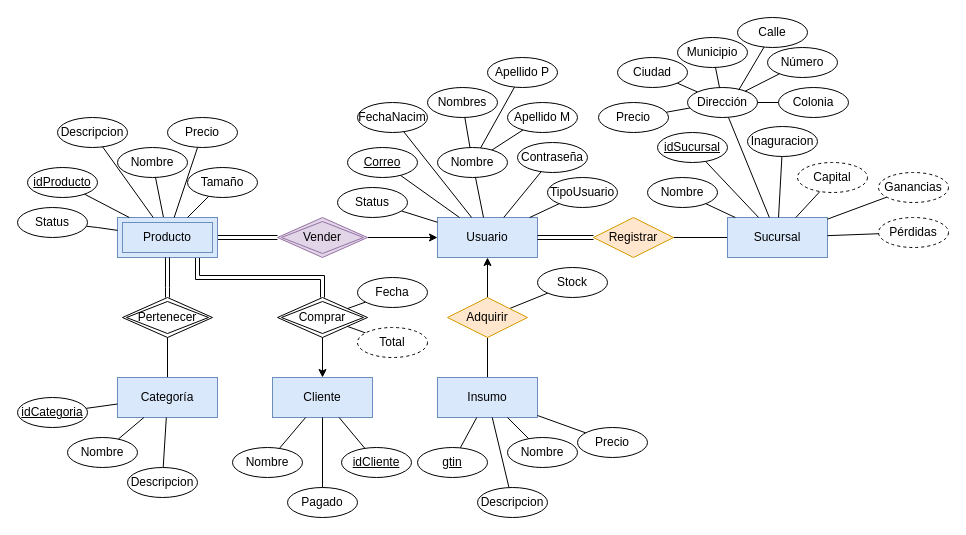
shosholanda/cafeteria-alina keeps this draw.io diagram as page "Modelo E-R v1" (1 of 2) of Diagramas.drawio. Above is the earlier version. Source tidied: cells renumbered, new cells numbered last; positions are measured from the earlier drawing's top-left corner, leaving out a move shared by most shapes. Both pictures are drawn from the tidied source at 100%, with x=0, y=0 at pixel (17, 17).
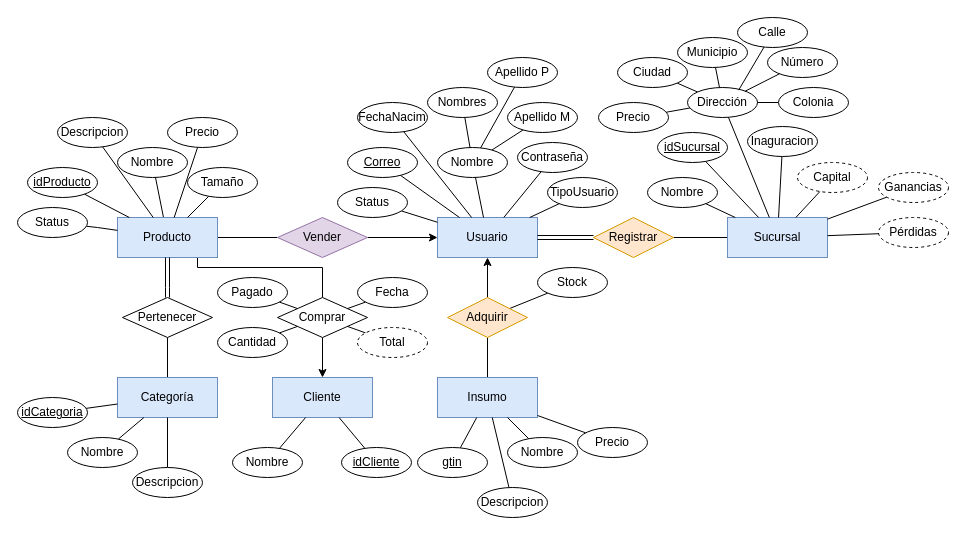
The same diagram, later.

The change refers to these unchanged cells:
```xml
<mxCell id="66" value="Cliente" style="whiteSpace=wrap;html=1;align=center;fillColor=#dae8fc;strokeColor=#6c8ebf;" parent="1" vertex="1">
  <mxGeometry x="255" y="360" width="100" height="40" as="geometry" />
</mxCell>
```

What changed in the source:
```diff
@@
-    <mxCell id="2" style="edgeStyle=orthogonalEdgeStyle;rounded=0;jettySize=auto;html=1;shape=link;" parent="1" edge="1" source="5" target="7">
+    <mxCell id="2" style="edgeStyle=orthogonalEdgeStyle;rounded=0;jettySize=auto;html=1;endArrow=none;endFill=0;" parent="1" edge="1" source="5" target="7">
       <mxGeometry relative="1" as="geometry" />
     </mxCell>
@@
-    <mxCell id="4" style="edgeStyle=orthogonalEdgeStyle;rounded=0;jettySize=auto;html=1;shape=link;" parent="1" edge="1" source="5" target="9">
+    <mxCell id="4" style="edgeStyle=orthogonalEdgeStyle;rounded=0;jettySize=auto;html=1;endArrow=none;endFill=0;" parent="1" edge="1" source="5" target="9">
       <mxGeometry relative="1" as="geometry">
         <Array as="points">
-          <mxPoint x="180" y="260" />
-          <mxPoint x="305" y="260" />
+          <mxPoint x="180" y="250" />
+          <mxPoint x="305" y="250" />
         </Array>
       </mxGeometry>
     </mxCell>
-    <mxCell id="5" value="Producto" style="shape=ext;margin=3;double=1;whiteSpace=wrap;html=1;align=center;fillColor=#dae8fc;strokeColor=#6c8ebf;" parent="1" vertex="1">
+    <mxCell id="5" value="Producto" style="whiteSpace=wrap;html=1;align=center;fillColor=#dae8fc;strokeColor=#6c8ebf;" parent="1" vertex="1">
       <mxGeometry x="100" y="200" width="100" height="40" as="geometry" />
     </mxCell>
@@
-    <mxCell id="7" value="Vender" style="shape=rhombus;double=1;perimeter=rhombusPerimeter;whiteSpace=wrap;html=1;align=center;fillColor=#e1d5e7;strokeColor=#9673a6;" parent="1" vertex="1">
+    <mxCell id="7" value="Vender" style="shape=rhombus;perimeter=rhombusPerimeter;whiteSpace=wrap;html=1;align=center;fillColor=#e1d5e7;strokeColor=#9673a6;" parent="1" vertex="1">
       <mxGeometry x="260" y="200" width="90" height="40" as="geometry" />
     </mxCell>
@@
-    <mxCell id="9" value="Comprar" style="shape=rhombus;double=1;perimeter=rhombusPerimeter;whiteSpace=wrap;html=1;align=center;" parent="1" vertex="1">
+    <mxCell id="9" value="Comprar" style="shape=rhombus;perimeter=rhombusPerimeter;whiteSpace=wrap;html=1;align=center;" parent="1" vertex="1">
       <mxGeometry x="260" y="280" width="90" height="40" as="geometry" />
     </mxCell>
@@
     <mxCell id="72" value="Descripcion" style="ellipse;whiteSpace=wrap;html=1;align=center;" parent="1" vertex="1">
-      <mxGeometry x="110" y="450" width="70" height="30" as="geometry" />
+      <mxGeometry x="115" y="450" width="70" height="30" as="geometry" />
     </mxCell>
-    <mxCell id="73" style="rounded=0;jettySize=auto;html=1;endArrow=none;endFill=0;" parent="1" edge="1" source="74" target="66">
+    <mxCell id="73" style="rounded=0;jettySize=auto;html=1;endArrow=none;endFill=0;" parent="1" edge="1" source="74" target="9">
       <mxGeometry relative="1" as="geometry" />
     </mxCell>
     <mxCell id="74" value="Pagado" style="ellipse;whiteSpace=wrap;html=1;align=center;" parent="1" vertex="1">
-      <mxGeometry x="270" y="470" width="70" height="30" as="geometry" />
+      <mxGeometry x="200" y="260" width="70" height="30" as="geometry" />
     </mxCell>
@@
-    <mxCell id="105" value="Pertenecer" style="shape=rhombus;double=1;perimeter=rhombusPerimeter;whiteSpace=wrap;html=1;align=center;" parent="1" vertex="1">
+    <mxCell id="105" value="Pertenecer" style="shape=rhombus;perimeter=rhombusPerimeter;whiteSpace=wrap;html=1;align=center;" parent="1" vertex="1">
       <mxGeometry x="105" y="280" width="90" height="40" as="geometry" />
     </mxCell>
+    <mxCell id="106" style="rounded=0;jettySize=auto;html=1;endArrow=none;endFill=0;" parent="1" edge="1" source="107" target="9">
+      <mxGeometry relative="1" as="geometry" />
+    </mxCell>
+    <mxCell id="107" value="Cantidad" style="ellipse;whiteSpace=wrap;html=1;align=center;fontStyle=0;" parent="1" vertex="1">
+      <mxGeometry x="200" y="310" width="70" height="30" as="geometry" />
+    </mxCell>
```
